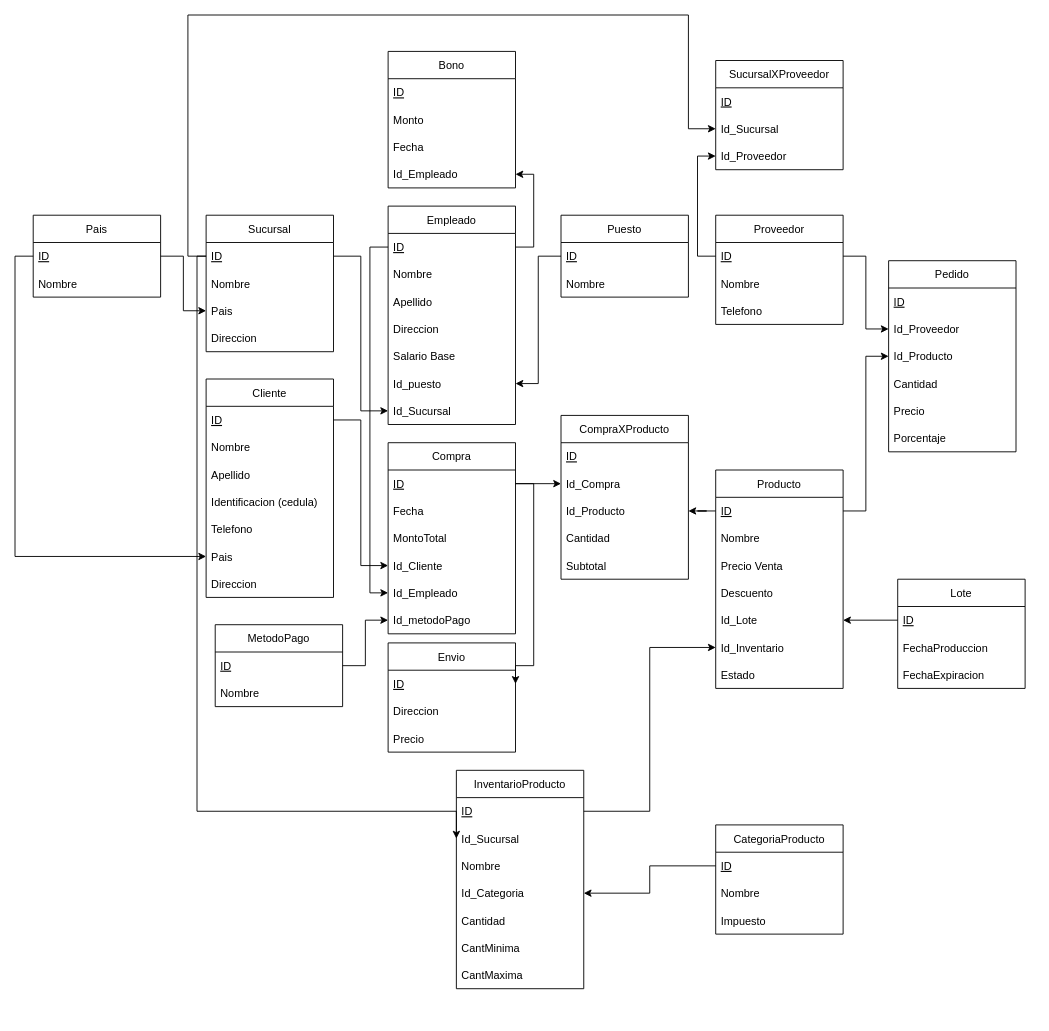
Before: diagrama de tablas.drawio in Valhylian/Proyecto1-BD, a draw.io diagram. Source tidied: cells renumbered, new cells numbered last; positions are measured from the earlier drawing's top-left corner, leaving out a move shared by most shapes. Both pictures are drawn from the tidied source at 91%, with x=0, y=0 at pixel (33, 15).
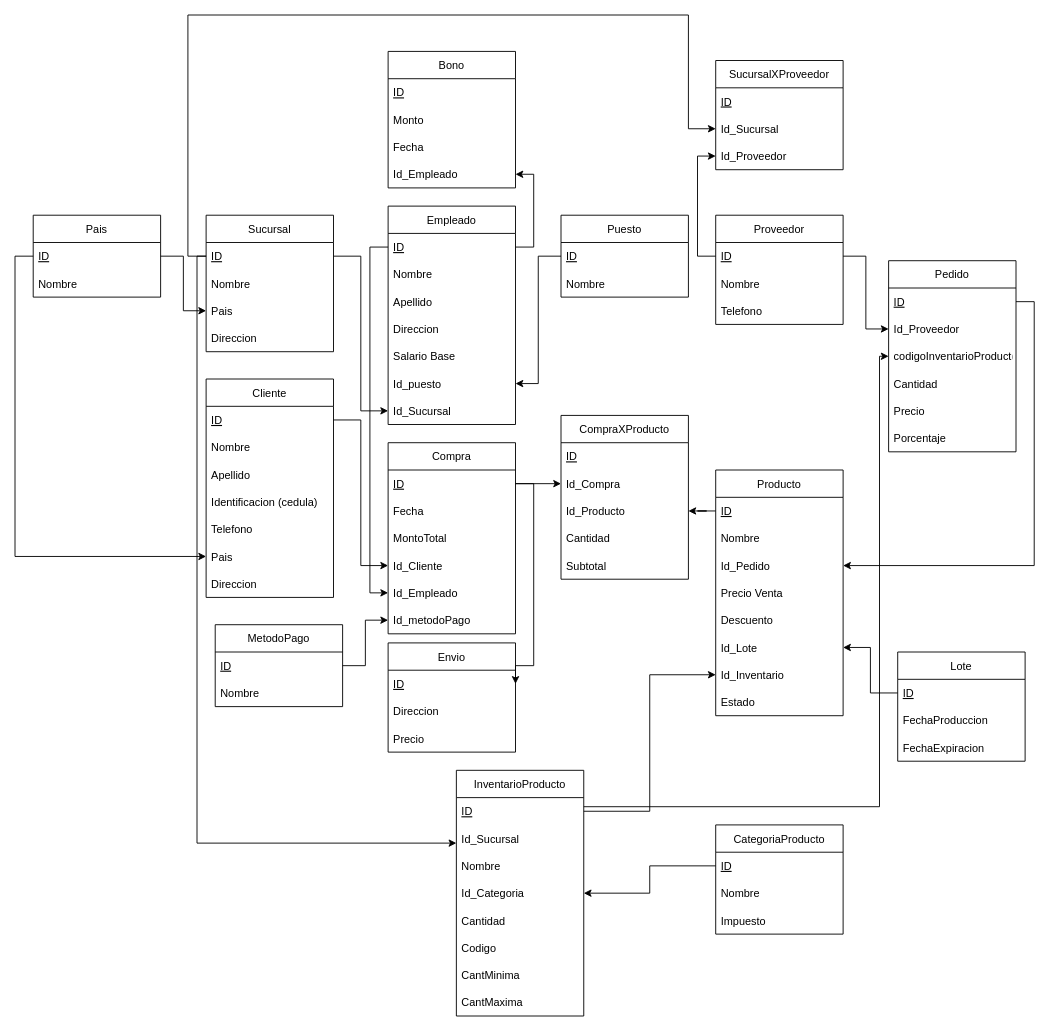
After the change.

The change refers to these unchanged cells:
```xml
<mxCell id="3" value="ID" style="text;strokeColor=none;fillColor=none;align=left;verticalAlign=middle;spacingLeft=4;spacingRight=4;overflow=hidden;points=[[0,0.5],[1,0.5]];portConstraint=eastwest;fontStyle=4;" parent="2" vertex="1">
  <mxGeometry y="30" width="140" height="30" as="geometry" />
</mxCell>
<mxCell id="43" value="ID" style="text;strokeColor=none;fillColor=none;align=left;verticalAlign=middle;spacingLeft=4;spacingRight=4;overflow=hidden;points=[[0,0.5],[1,0.5]];portConstraint=eastwest;fontStyle=4;" parent="42" vertex="1">
  <mxGeometry y="30" width="140" height="30" as="geometry" />
</mxCell>
<mxCell id="55" value="Pedido" style="swimlane;fontStyle=0;horizontal=1;startSize=30;" parent="1" vertex="1">
  <mxGeometry x="940" y="270" width="140" height="210" as="geometry" />
</mxCell>
<mxCell id="56" value="ID" style="text;strokeColor=none;fillColor=none;align=left;verticalAlign=middle;spacingLeft=4;spacingRight=4;overflow=hidden;points=[[0,0.5],[1,0.5]];portConstraint=eastwest;fontStyle=4;" parent="55" vertex="1">
  <mxGeometry y="30" width="140" height="30" as="geometry" />
</mxCell>
<mxCell id="99" value="Id_Sucursal" style="text;strokeColor=none;fillColor=none;align=left;verticalAlign=middle;spacingLeft=4;spacingRight=4;overflow=hidden;points=[[0,0.5],[1,0.5]];portConstraint=eastwest;" parent="97" vertex="1">
  <mxGeometry y="60" width="140" height="30" as="geometry" />
</mxCell>
```

What changed in the source:
```diff
@@
     <mxCell id="42" value="Producto" style="swimlane;fontStyle=0;horizontal=1;startSize=30;" parent="1" vertex="1">
-      <mxGeometry x="750" y="500" width="140" height="240" as="geometry" />
+      <mxGeometry x="750" y="500" width="140" height="270" as="geometry" />
     </mxCell>
@@
+    <mxCell id="112" value="Id_Pedido" style="text;strokeColor=none;fillColor=none;align=left;verticalAlign=middle;spacingLeft=4;spacingRight=4;overflow=hidden;points=[[0,0.5],[1,0.5]];portConstraint=eastwest;" parent="42" vertex="1">
+      <mxGeometry y="90" width="140" height="30" as="geometry" />
+    </mxCell>
     <mxCell id="45" value="Precio Venta" style="text;strokeColor=none;fillColor=none;align=left;verticalAlign=middle;spacingLeft=4;spacingRight=4;overflow=hidden;" parent="42" vertex="1">
-      <mxGeometry y="90" width="140" height="30" as="geometry" />
+      <mxGeometry y="120" width="140" height="30" as="geometry" />
     </mxCell>
     <mxCell id="46" value="Descuento" style="text;strokeColor=none;fillColor=none;align=left;verticalAlign=middle;spacingLeft=4;spacingRight=4;overflow=hidden;" parent="42" vertex="1">
-      <mxGeometry y="120" width="140" height="30" as="geometry" />
+      <mxGeometry y="150" width="140" height="30" as="geometry" />
     </mxCell>
     <mxCell id="47" value="Id_Lote" style="text;strokeColor=none;fillColor=none;align=left;verticalAlign=middle;spacingLeft=4;spacingRight=4;overflow=hidden;points=[[0,0.5],[1,0.5]];portConstraint=eastwest;" parent="42" vertex="1">
-      <mxGeometry y="150" width="140" height="30" as="geometry" />
+      <mxGeometry y="180" width="140" height="30" as="geometry" />
     </mxCell>
     <mxCell id="48" value="Id_Inventario" style="text;strokeColor=none;fillColor=none;align=left;verticalAlign=middle;spacingLeft=4;spacingRight=4;overflow=hidden;points=[[0,0.5],[1,0.5]];portConstraint=eastwest;" parent="42" vertex="1">
-      <mxGeometry y="180" width="140" height="30" as="geometry" />
+      <mxGeometry y="210" width="140" height="30" as="geometry" />
     </mxCell>
     <mxCell id="49" value="Estado" style="text;strokeColor=none;fillColor=none;align=left;verticalAlign=middle;spacingLeft=4;spacingRight=4;overflow=hidden;" parent="42" vertex="1">
-      <mxGeometry y="210" width="140" height="30" as="geometry" />
+      <mxGeometry y="240" width="140" height="30" as="geometry" />
     </mxCell>
@@
-    <mxCell id="58" value="Id_Producto" style="text;strokeColor=none;fillColor=none;align=left;verticalAlign=middle;spacingLeft=4;spacingRight=4;overflow=hidden;points=[[0,0.5],[1,0.5]];portConstraint=eastwest;" parent="55" vertex="1">
+    <mxCell id="58" value="codigoInventarioProducto" style="text;strokeColor=none;fillColor=none;align=left;verticalAlign=middle;spacingLeft=4;spacingRight=4;overflow=hidden;points=[[0,0.5],[1,0.5]];portConstraint=eastwest;" parent="55" vertex="1">
       <mxGeometry y="90" width="140" height="30" as="geometry" />
     </mxCell>
@@
-    <mxCell id="63" style="edgeStyle=orthogonalEdgeStyle;rounded=0;jettySize=auto;html=1;exitX=1;exitY=0.5;exitDx=0;exitDy=0;entryX=0;entryY=0.5;entryDx=0;entryDy=0;" parent="1" edge="1" source="43" target="58">
-      <mxGeometry relative="1" as="geometry" />
-    </mxCell>
@@
     <mxCell id="81" value="Lote" style="swimlane;fontStyle=0;horizontal=1;startSize=30;" parent="1" vertex="1">
-      <mxGeometry x="950" y="620" width="140" height="120" as="geometry" />
+      <mxGeometry x="950" y="700" width="140" height="120" as="geometry" />
     </mxCell>
@@
     <mxCell id="97" value="InventarioProducto" style="swimlane;fontStyle=0;horizontal=1;startSize=30;" parent="1" vertex="1">
-      <mxGeometry x="465" y="830" width="140" height="240" as="geometry" />
+      <mxGeometry x="465" y="830" width="140" height="270" as="geometry" />
     </mxCell>
@@
-    <mxCell id="103" value="CantMinima" style="text;strokeColor=none;fillColor=none;align=left;verticalAlign=middle;spacingLeft=4;spacingRight=4;overflow=hidden;" parent="97" vertex="1">
+    <mxCell id="103" value="Codigo" style="text;strokeColor=none;fillColor=none;align=left;verticalAlign=middle;spacingLeft=4;spacingRight=4;overflow=hidden;" parent="97" vertex="1">
       <mxGeometry y="180" width="140" height="30" as="geometry" />
     </mxCell>
+    <mxCell id="113" value="CantMinima" style="text;strokeColor=none;fillColor=none;align=left;verticalAlign=middle;spacingLeft=4;spacingRight=4;overflow=hidden;" parent="97" vertex="1">
+      <mxGeometry y="210" width="140" height="30" as="geometry" />
+    </mxCell>
     <mxCell id="104" value="CantMaxima" style="text;strokeColor=none;fillColor=none;align=left;verticalAlign=middle;spacingLeft=4;spacingRight=4;overflow=hidden;" parent="97" vertex="1">
-      <mxGeometry y="210" width="140" height="30" as="geometry" />
+      <mxGeometry y="240" width="140" height="30" as="geometry" />
     </mxCell>
@@
-    <mxCell id="106" style="edgeStyle=orthogonalEdgeStyle;rounded=0;jettySize=auto;html=1;exitX=0;exitY=0.5;exitDx=0;exitDy=0;entryX=0;entryY=0.5;entryDx=0;entryDy=0;" parent="1" edge="1" source="3" target="99">
+    <mxCell id="106" style="edgeStyle=orthogonalEdgeStyle;rounded=0;jettySize=auto;html=1;exitX=0;exitY=0.5;exitDx=0;exitDy=0;" parent="1" edge="1" source="3">
       <mxGeometry relative="1" as="geometry">
+        <mxPoint x="465" y="910" as="targetPoint" />
         <Array as="points">
           <mxPoint x="180" y="265" />
-          <mxPoint x="180" y="875" />
+          <mxPoint x="180" y="910" />
+          <mxPoint x="465" y="910" />
         </Array>
       </mxGeometry>
     </mxCell>
@@
+    <mxCell id="114" style="edgeStyle=orthogonalEdgeStyle;rounded=0;jettySize=auto;html=1;entryX=0;entryY=0.5;entryDx=0;entryDy=0;" parent="1" edge="1" target="58">
+      <mxGeometry relative="1" as="geometry">
+        <mxPoint x="605" y="870" as="sourcePoint" />
+        <Array as="points">
+          <mxPoint x="605" y="870" />
+          <mxPoint x="930" y="870" />
+          <mxPoint x="930" y="375" />
+        </Array>
+      </mxGeometry>
+    </mxCell>
+    <mxCell id="115" style="edgeStyle=orthogonalEdgeStyle;rounded=0;jettySize=auto;html=1;exitX=1;exitY=0.5;exitDx=0;exitDy=0;entryX=1;entryY=0.5;entryDx=0;entryDy=0;" parent="1" edge="1" source="56" target="112">
+      <mxGeometry relative="1" as="geometry" />
+    </mxCell>
```
